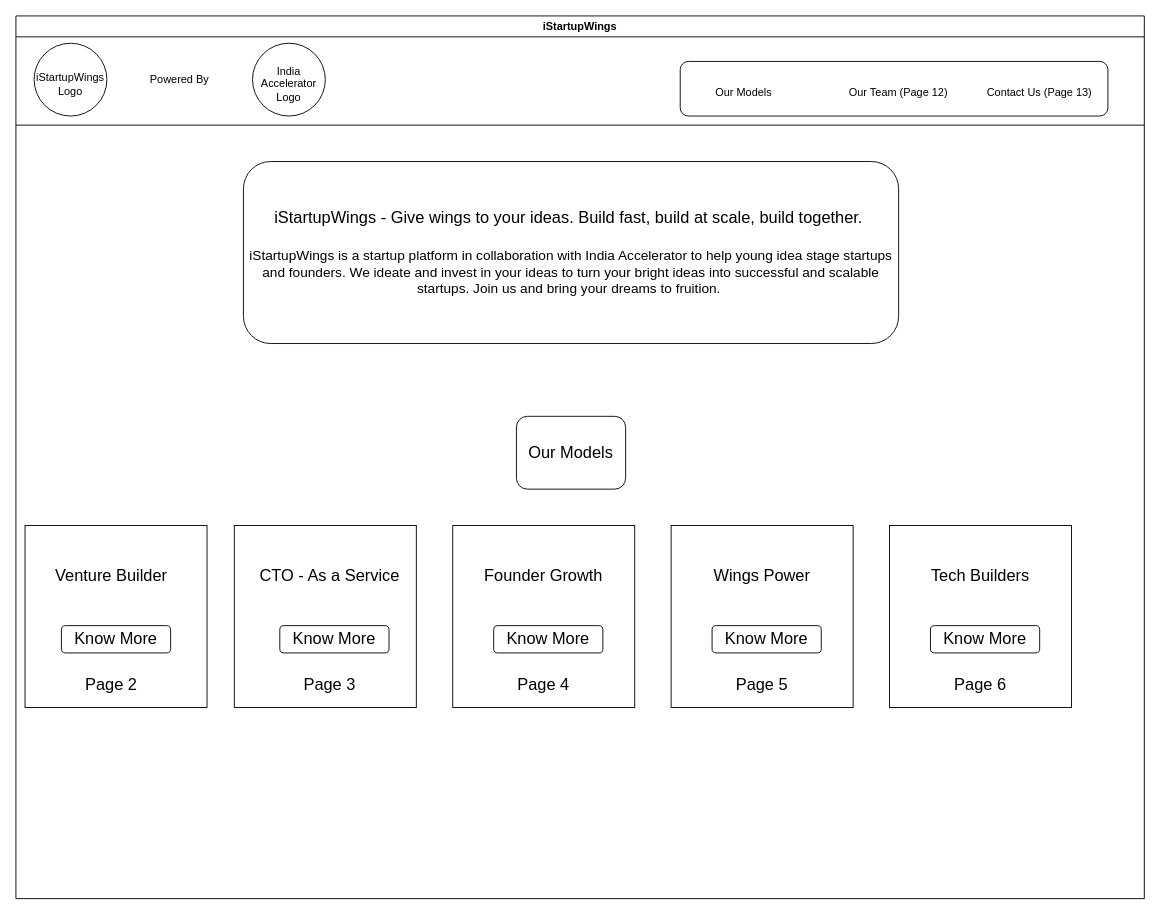
snair0410/story keeps this draw.io diagram as page "Home Page" (1 of 13) of iStartupWings.drawio. Above is the earlier version. Source tidied: cells renumbered, new cells numbered last; positions are measured from the earlier drawing's top-left corner, leaving out a move shared by most shapes. Both pictures are drawn from the tidied source at 91%, with x=0, y=0 at pixel (15, 15).
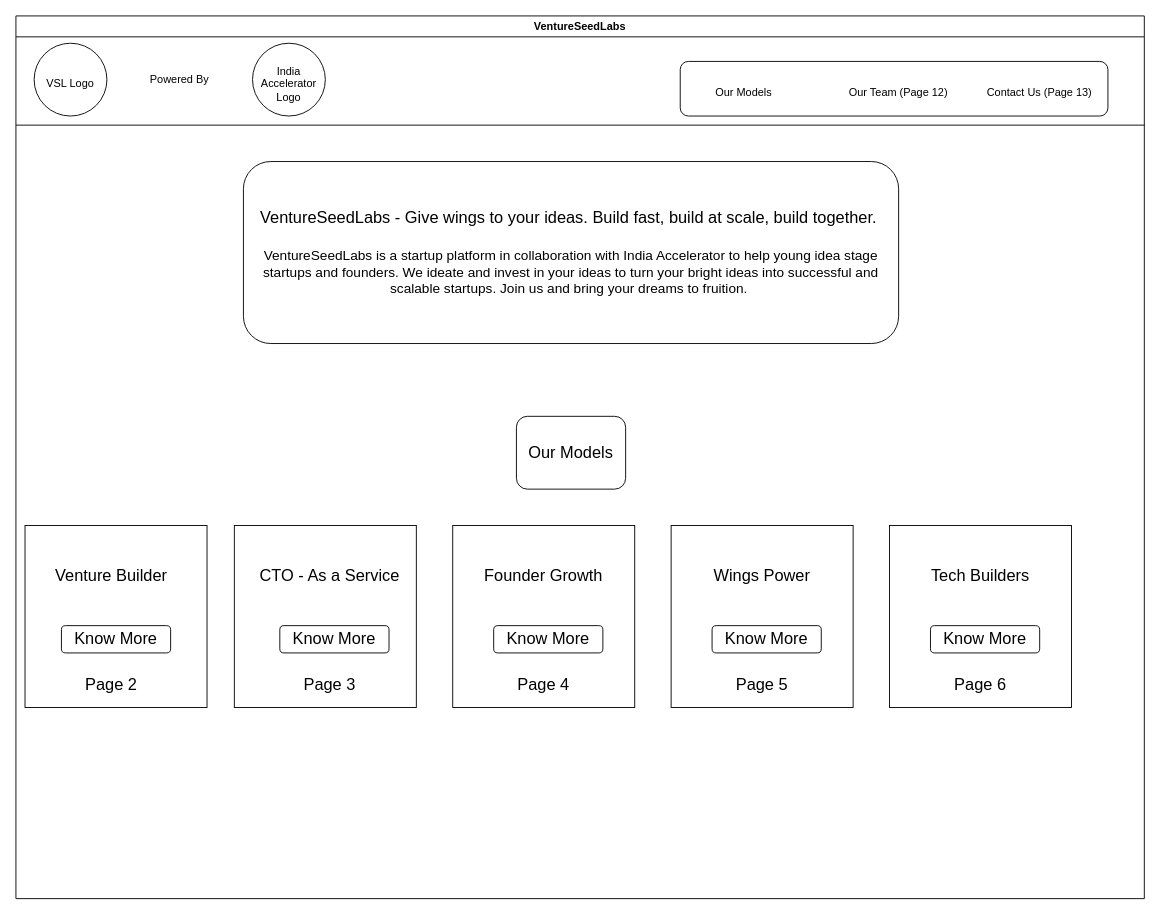
Above is the later version.

Diff of the diagram source:
```diff
@@
-    <mxCell id="2" value="iStartupWings" style="swimlane;" parent="1" vertex="1">
+    <mxCell id="2" value="VentureSeedLabs" style="swimlane;" parent="1" vertex="1">
       <mxGeometry width="1240" height="970" as="geometry" />
     </mxCell>
@@
-    <mxCell id="4" value="iStartupWings Logo" style="text;html=1;strokeColor=none;fillColor=none;align=center;verticalAlign=middle;whiteSpace=wrap;rounded=0;" parent="2" vertex="1">
+    <mxCell id="4" value="VSL Logo" style="text;html=1;strokeColor=none;fillColor=none;align=center;verticalAlign=middle;whiteSpace=wrap;rounded=0;" parent="2" vertex="1">
       <mxGeometry x="30" y="60" width="60" height="30" as="geometry" />
     </mxCell>
@@
-    <mxCell id="12" value="&lt;div style=&quot;font-size: 18px&quot;&gt;&lt;font style=&quot;font-size: 18px&quot;&gt;iStartupWings - Give wings to your ideas. Build fast, build at scale, build together.&amp;nbsp;&lt;/font&gt;&lt;/div&gt;&lt;div style=&quot;font-size: 18px&quot;&gt;&lt;font style=&quot;font-size: 18px&quot;&gt;&lt;br&gt;&lt;/font&gt;&lt;/div&gt;&lt;div style=&quot;font-size: 15px&quot;&gt;&lt;font style=&quot;font-size: 15px&quot;&gt;iStartupWings is a startup platform in collaboration with India Accelerator to help young idea stage startups and founders. We ideate and invest in your ideas to turn your bright ideas into successful and scalable startups. Join us and bring your dreams to fruition.&amp;nbsp;&lt;/font&gt;&lt;/div&gt;" style="rounded=1;whiteSpace=wrap;html=1;" parent="2" vertex="1">
+    <mxCell id="12" value="&lt;div style=&quot;font-size: 18px&quot;&gt;&lt;font style=&quot;font-size: 18px&quot;&gt;VentureSeedLabs - Give wings to your ideas. Build fast, build at scale, build together.&amp;nbsp;&lt;/font&gt;&lt;/div&gt;&lt;div style=&quot;font-size: 18px&quot;&gt;&lt;font style=&quot;font-size: 18px&quot;&gt;&lt;br&gt;&lt;/font&gt;&lt;/div&gt;&lt;div style=&quot;font-size: 15px&quot;&gt;&lt;font style=&quot;font-size: 15px&quot;&gt;VentureSeedLabs is a startup platform in collaboration with India Accelerator to help young idea stage startups and founders. We ideate and invest in your ideas to turn your bright ideas into successful and scalable startups. Join us and bring your dreams to fruition.&amp;nbsp;&lt;/font&gt;&lt;/div&gt;" style="rounded=1;whiteSpace=wrap;html=1;" parent="2" vertex="1">
       <mxGeometry x="250" y="160" width="720" height="200" as="geometry" />
     </mxCell>
```
